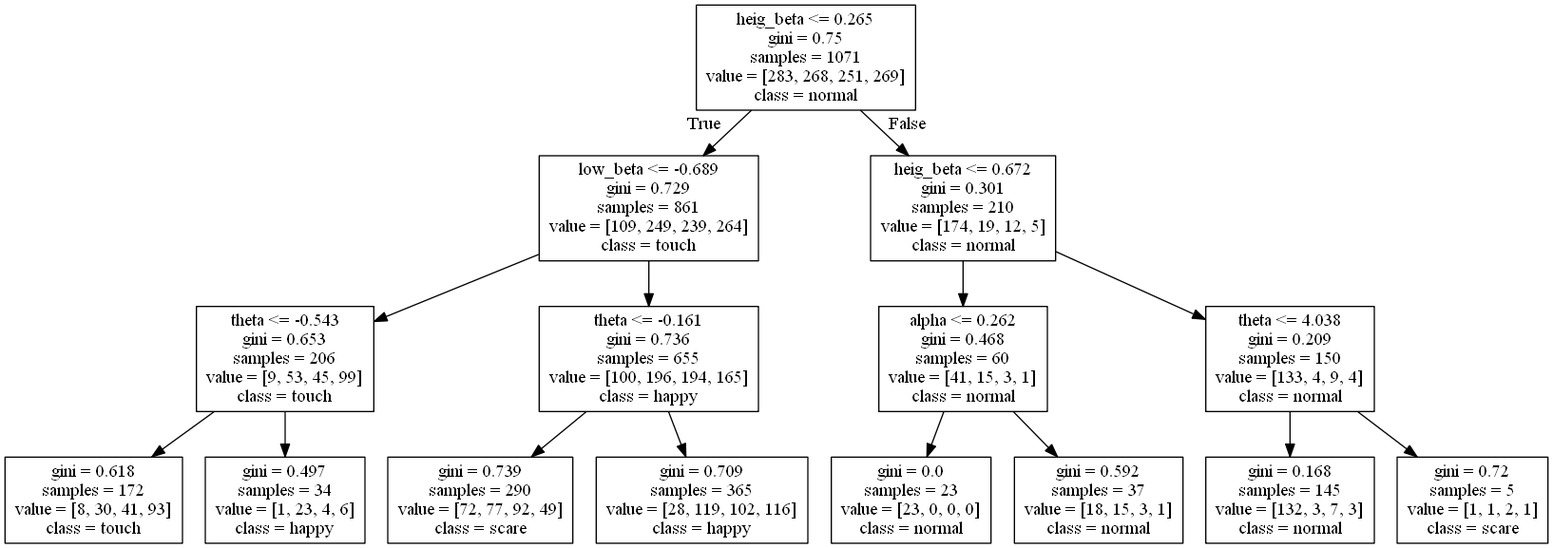
Above: tree.png in ZXPAY/EEG_Emotion_Classification (Graphviz), before the change. Its source is kept beside it as tree.dot.
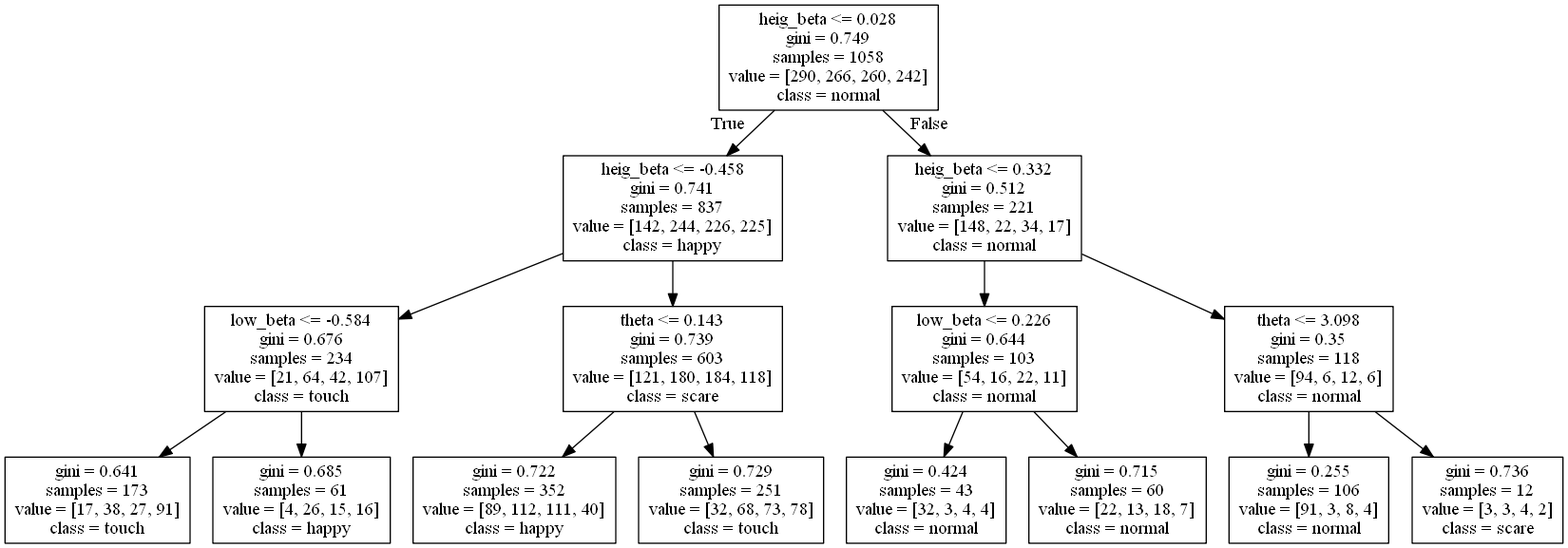
After the commit.

Change to the diagram source:
```diff
@@ -1,32 +1,32 @@
 digraph Tree {
 node [shape=box] ;
-0 [label="heig_beta <= 0.265\ngini = 0.75\nsamples = 1071\nvalue = [283, 268, 251, 269]\nclass = normal"] ;
-1 [label="low_beta <= -0.689\ngini = 0.729\nsamples = 861\nvalue = [109, 249, 239, 264]\nclass = touch"] ;
+0 [label="heig_beta <= 0.028\ngini = 0.749\nsamples = 1058\nvalue = [290, 266, 260, 242]\nclass = normal"] ;
+1 [label="heig_beta <= -0.458\ngini = 0.741\nsamples = 837\nvalue = [142, 244, 226, 225]\nclass = happy"] ;
 0 -> 1 [labeldistance=2.5, labelangle=45, headlabel="True"] ;
-2 [label="theta <= -0.543\ngini = 0.653\nsamples = 206\nvalue = [9, 53, 45, 99]\nclass = touch"] ;
+2 [label="low_beta <= -0.584\ngini = 0.676\nsamples = 234\nvalue = [21, 64, 42, 107]\nclass = touch"] ;
 1 -> 2 ;
-3 [label="gini = 0.618\nsamples = 172\nvalue = [8, 30, 41, 93]\nclass = touch"] ;
+3 [label="gini = 0.641\nsamples = 173\nvalue = [17, 38, 27, 91]\nclass = touch"] ;
 2 -> 3 ;
-4 [label="gini = 0.497\nsamples = 34\nvalue = [1, 23, 4, 6]\nclass = happy"] ;
+4 [label="gini = 0.685\nsamples = 61\nvalue = [4, 26, 15, 16]\nclass = happy"] ;
 2 -> 4 ;
-5 [label="theta <= -0.161\ngini = 0.736\nsamples = 655\nvalue = [100, 196, 194, 165]\nclass = happy"] ;
+5 [label="theta <= 0.143\ngini = 0.739\nsamples = 603\nvalue = [121, 180, 184, 118]\nclass = scare"] ;
 1 -> 5 ;
-6 [label="gini = 0.739\nsamples = 290\nvalue = [72, 77, 92, 49]\nclass = scare"] ;
+6 [label="gini = 0.722\nsamples = 352\nvalue = [89, 112, 111, 40]\nclass = happy"] ;
 5 -> 6 ;
-7 [label="gini = 0.709\nsamples = 365\nvalue = [28, 119, 102, 116]\nclass = happy"] ;
+7 [label="gini = 0.729\nsamples = 251\nvalue = [32, 68, 73, 78]\nclass = touch"] ;
 5 -> 7 ;
-8 [label="heig_beta <= 0.672\ngini = 0.301\nsamples = 210\nvalue = [174, 19, 12, 5]\nclass = normal"] ;
+8 [label="heig_beta <= 0.332\ngini = 0.512\nsamples = 221\nvalue = [148, 22, 34, 17]\nclass = normal"] ;
 0 -> 8 [labeldistance=2.5, labelangle=-45, headlabel="False"] ;
-9 [label="alpha <= 0.262\ngini = 0.468\nsamples = 60\nvalue = [41, 15, 3, 1]\nclass = normal"] ;
+9 [label="low_beta <= 0.226\ngini = 0.644\nsamples = 103\nvalue = [54, 16, 22, 11]\nclass = normal"] ;
 8 -> 9 ;
-10 [label="gini = 0.0\nsamples = 23\nvalue = [23, 0, 0, 0]\nclass = normal"] ;
+10 [label="gini = 0.424\nsamples = 43\nvalue = [32, 3, 4, 4]\nclass = normal"] ;
 9 -> 10 ;
-11 [label="gini = 0.592\nsamples = 37\nvalue = [18, 15, 3, 1]\nclass = normal"] ;
+11 [label="gini = 0.715\nsamples = 60\nvalue = [22, 13, 18, 7]\nclass = normal"] ;
 9 -> 11 ;
-12 [label="theta <= 4.038\ngini = 0.209\nsamples = 150\nvalue = [133, 4, 9, 4]\nclass = normal"] ;
+12 [label="theta <= 3.098\ngini = 0.35\nsamples = 118\nvalue = [94, 6, 12, 6]\nclass = normal"] ;
 8 -> 12 ;
-13 [label="gini = 0.168\nsamples = 145\nvalue = [132, 3, 7, 3]\nclass = normal"] ;
+13 [label="gini = 0.255\nsamples = 106\nvalue = [91, 3, 8, 4]\nclass = normal"] ;
 12 -> 13 ;
-14 [label="gini = 0.72\nsamples = 5\nvalue = [1, 1, 2, 1]\nclass = scare"] ;
+14 [label="gini = 0.736\nsamples = 12\nvalue = [3, 3, 4, 2]\nclass = scare"] ;
 12 -> 14 ;
 }
```
